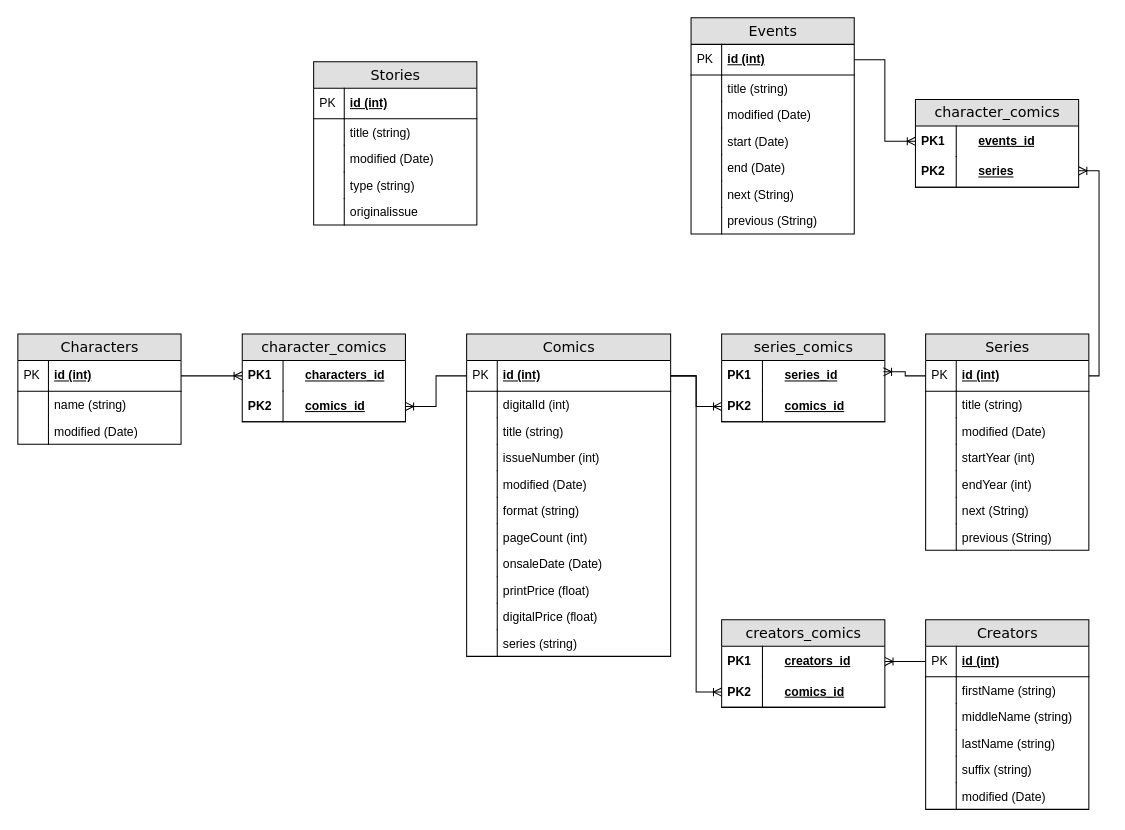
This is page "ERD" (1 of 2) of marvel_data.drawio from hafizzzh/marvel-character-analysis, a draw.io file, before an edit. Source tidied: cells renumbered, new cells numbered last; positions are measured from the earlier drawing's top-left corner, leaving out a move shared by most shapes. Both pictures are drawn from the tidied source at 102%, with x=0, y=0 at pixel (17, 17).
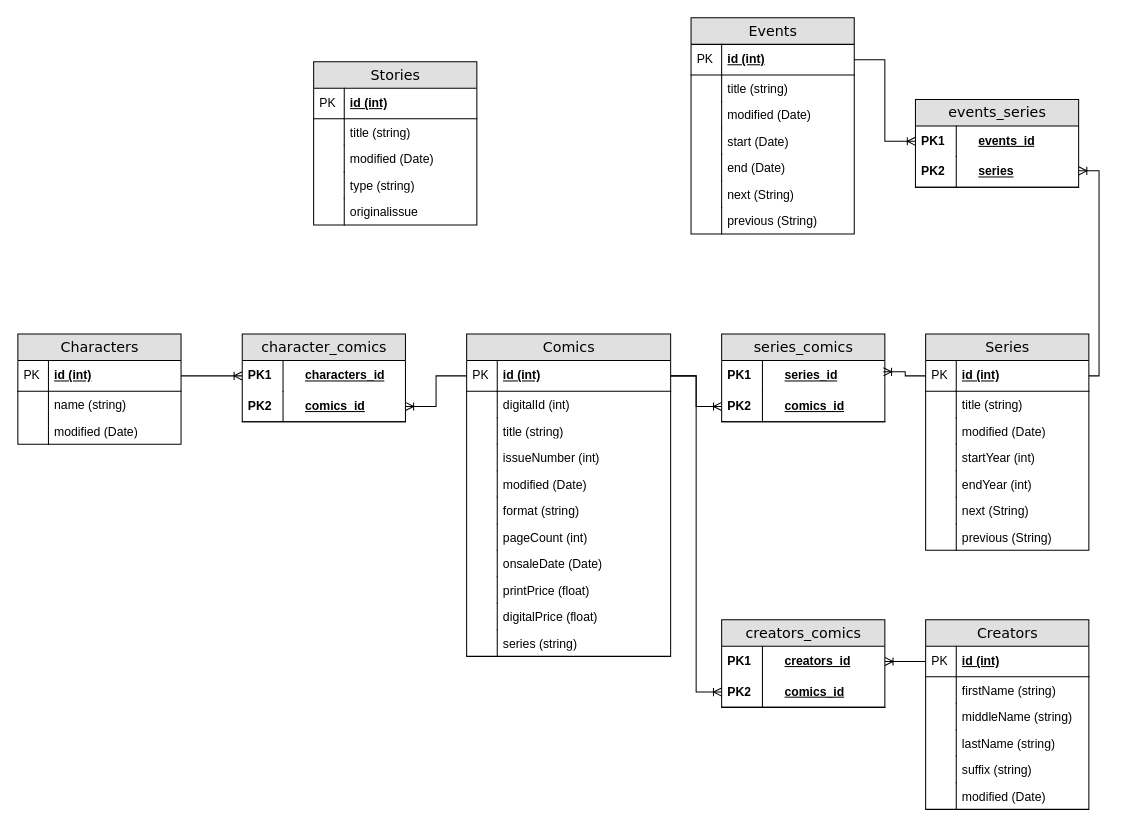
The same diagram, later.

Diff of the diagram source:
```diff
@@
-    <mxCell id="65" value="character_comics" style="swimlane;html=1;fontStyle=0;horizontal=1;startSize=26;fillColor=#e0e0e0;swimlaneFillColor=#ffffff;align=center;rounded=0;shadow=0;comic=0;labelBackgroundColor=none;strokeWidth=1;fontFamily=Verdana;fontSize=14;" parent="1" vertex="1">
+    <mxCell id="65" value="events_series" style="swimlane;html=1;fontStyle=0;horizontal=1;startSize=26;fillColor=#e0e0e0;swimlaneFillColor=#ffffff;align=center;rounded=0;shadow=0;comic=0;labelBackgroundColor=none;strokeWidth=1;fontFamily=Verdana;fontSize=14;" parent="1" vertex="1">
       <mxGeometry x="880" y="80" width="160" height="86" as="geometry" />
     </mxCell>
```
